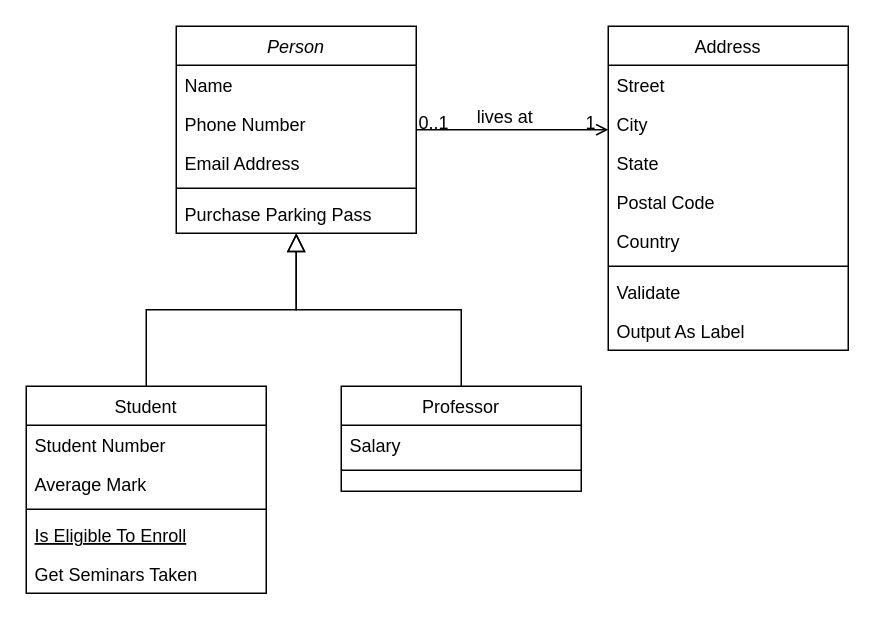
Earlier version of the draw.io diagram new.drawio (jeulufis/draw.io). Source tidied: cells renumbered, new cells numbered last; positions are measured from the earlier drawing's top-left corner, leaving out a move shared by most shapes. Both pictures are drawn from the tidied source at 150%, with x=0, y=0 at pixel (26, 26).
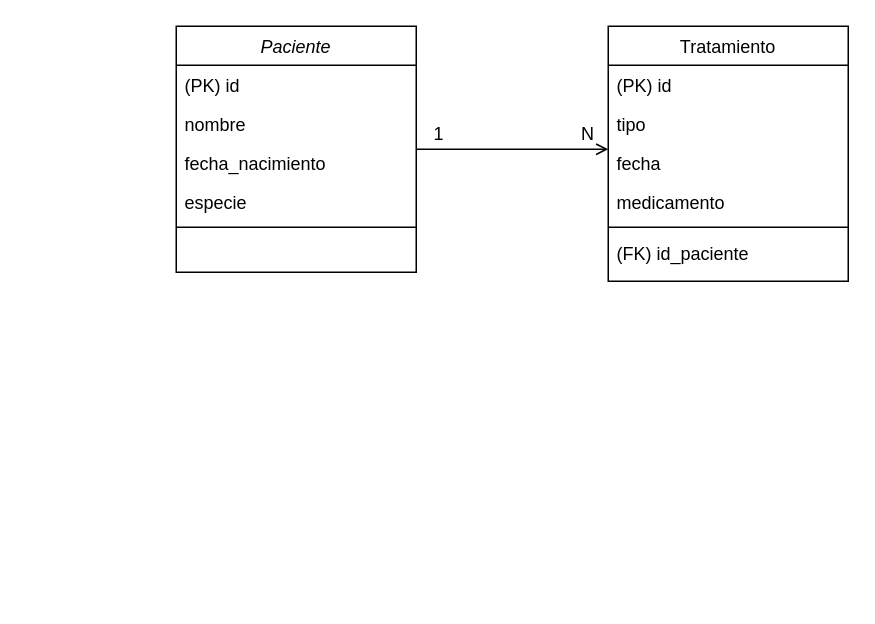
After the change.

The change refers to these unchanged cells:
```xml
<mxCell id="28" style="endArrow=open;shadow=0;strokeWidth=1;rounded=0;curved=0;endFill=1;edgeStyle=elbowEdgeStyle;elbow=vertical;" parent="1" edge="1" source="2" target="19">
  <mxGeometry x="0.5" y="41" relative="1" as="geometry">
    <mxPoint x="-40" y="32" as="offset" />
  </mxGeometry>
</mxCell>
```

What changed in the source:
```diff
@@
-    <mxCell id="2" value="Person" style="swimlane;fontStyle=2;align=center;verticalAlign=top;horizontal=1;startSize=26;rounded=0;shadow=0;strokeWidth=1;" parent="1" vertex="1">
-      <mxGeometry x="100" width="160" height="138" as="geometry" />
+    <mxCell id="2" value="Paciente" style="swimlane;fontStyle=2;align=center;verticalAlign=top;horizontal=1;startSize=26;rounded=0;shadow=0;strokeWidth=1;" parent="1" vertex="1">
+      <mxGeometry x="100" width="160" height="164" as="geometry" />
     </mxCell>
-    <mxCell id="3" value="Name" style="text;align=left;verticalAlign=top;spacingLeft=4;spacingRight=4;overflow=hidden;" parent="2" vertex="1">
+    <mxCell id="3" value="(PK) id" style="text;align=left;verticalAlign=top;spacingLeft=4;spacingRight=4;overflow=hidden;" parent="2" vertex="1">
       <mxGeometry y="26" width="160" height="26" as="geometry" />
     </mxCell>
-    <mxCell id="4" value="Phone Number" style="text;align=left;verticalAlign=top;spacingLeft=4;spacingRight=4;overflow=hidden;rounded=0;shadow=0;html=0;" parent="2" vertex="1">
+    <mxCell id="4" value="nombre" style="text;align=left;verticalAlign=top;spacingLeft=4;spacingRight=4;overflow=hidden;rounded=0;shadow=0;html=0;" parent="2" vertex="1">
       <mxGeometry y="52" width="160" height="26" as="geometry" />
     </mxCell>
-    <mxCell id="5" value="Email Address" style="text;align=left;verticalAlign=top;spacingLeft=4;spacingRight=4;overflow=hidden;rounded=0;shadow=0;html=0;" parent="2" vertex="1">
+    <mxCell id="5" value="fecha_nacimiento" style="text;align=left;verticalAlign=top;spacingLeft=4;spacingRight=4;overflow=hidden;rounded=0;shadow=0;html=0;" parent="2" vertex="1">
       <mxGeometry y="78" width="160" height="26" as="geometry" />
     </mxCell>
+    <mxCell id="32" value="especie" style="text;align=left;verticalAlign=top;spacingLeft=4;spacingRight=4;overflow=hidden;rounded=0;shadow=0;html=0;" parent="2" vertex="1">
+      <mxGeometry y="104" width="160" height="26" as="geometry" />
+    </mxCell>
     <mxCell id="6" style="line;html=1;strokeWidth=1;align=left;verticalAlign=middle;spacingTop=-1;spacingLeft=3;spacingRight=3;labelPosition=right;" parent="2" vertex="1">
-      <mxGeometry y="104" width="160" height="8" as="geometry" />
+      <mxGeometry y="130" width="160" height="8" as="geometry" />
     </mxCell>
-    <mxCell id="7" value="Purchase Parking Pass" style="text;align=left;verticalAlign=top;spacingLeft=4;spacingRight=4;overflow=hidden;" parent="2" vertex="1">
-      <mxGeometry y="112" width="160" height="26" as="geometry" />
-    </mxCell>
-    <mxCell id="8" value="Student" style="swimlane;fontStyle=0;align=center;verticalAlign=top;horizontal=1;startSize=26;rounded=0;shadow=0;strokeWidth=1;" parent="1" vertex="1">
-      <mxGeometry y="240" width="160" height="138" as="geometry" />
-    </mxCell>
-    <mxCell id="9" value="Student Number" style="text;align=left;verticalAlign=top;spacingLeft=4;spacingRight=4;overflow=hidden;" parent="8" vertex="1">
-      <mxGeometry y="26" width="160" height="26" as="geometry" />
-    </mxCell>
-    <mxCell id="10" value="Average Mark" style="text;align=left;verticalAlign=top;spacingLeft=4;spacingRight=4;overflow=hidden;rounded=0;shadow=0;html=0;" parent="8" vertex="1">
-      <mxGeometry y="52" width="160" height="26" as="geometry" />
-    </mxCell>
-    <mxCell id="11" style="line;html=1;strokeWidth=1;align=left;verticalAlign=middle;spacingTop=-1;spacingLeft=3;spacingRight=3;labelPosition=right;" parent="8" vertex="1">
-      <mxGeometry y="78" width="160" height="8" as="geometry" />
-    </mxCell>
-    <mxCell id="12" value="Is Eligible To Enroll" style="text;align=left;verticalAlign=top;spacingLeft=4;spacingRight=4;overflow=hidden;fontStyle=4;" parent="8" vertex="1">
-      <mxGeometry y="86" width="160" height="26" as="geometry" />
-    </mxCell>
-    <mxCell id="13" value="Get Seminars Taken" style="text;align=left;verticalAlign=top;spacingLeft=4;spacingRight=4;overflow=hidden;" parent="8" vertex="1">
-      <mxGeometry y="112" width="160" height="26" as="geometry" />
-    </mxCell>
-    <mxCell id="14" style="endArrow=block;endSize=10;endFill=0;shadow=0;strokeWidth=1;rounded=0;curved=0;edgeStyle=elbowEdgeStyle;elbow=vertical;" parent="1" edge="1" source="8" target="2">
-      <mxGeometry relative="1" as="geometry" />
-    </mxCell>
-    <mxCell id="15" value="Professor" style="swimlane;fontStyle=0;align=center;verticalAlign=top;horizontal=1;startSize=26;rounded=0;shadow=0;strokeWidth=1;" parent="1" vertex="1">
-      <mxGeometry x="210" y="240" width="160" height="70" as="geometry" />
-    </mxCell>
-    <mxCell id="16" value="Salary" style="text;align=left;verticalAlign=top;spacingLeft=4;spacingRight=4;overflow=hidden;" parent="15" vertex="1">
-      <mxGeometry y="26" width="160" height="26" as="geometry" />
-    </mxCell>
-    <mxCell id="17" style="line;html=1;strokeWidth=1;align=left;verticalAlign=middle;spacingTop=-1;spacingLeft=3;spacingRight=3;labelPosition=right;" parent="15" vertex="1">
-      <mxGeometry y="52" width="160" height="8" as="geometry" />
-    </mxCell>
-    <mxCell id="18" style="endArrow=block;endSize=10;endFill=0;shadow=0;strokeWidth=1;rounded=0;curved=0;edgeStyle=elbowEdgeStyle;elbow=vertical;" parent="1" edge="1" source="15" target="2">
-      <mxGeometry relative="1" as="geometry" />
-    </mxCell>
-    <mxCell id="19" value="Address" style="swimlane;fontStyle=0;align=center;verticalAlign=top;horizontal=1;startSize=26;rounded=0;shadow=0;strokeWidth=1;" parent="1" vertex="1">
-      <mxGeometry x="388" width="160" height="216" as="geometry" />
+    <mxCell id="19" value="Tratamiento" style="swimlane;fontStyle=0;align=center;verticalAlign=top;horizontal=1;startSize=26;rounded=0;shadow=0;strokeWidth=1;" parent="1" vertex="1">
+      <mxGeometry x="388" width="160" height="170" as="geometry" />
     </mxCell>
-    <mxCell id="20" value="Street" style="text;align=left;verticalAlign=top;spacingLeft=4;spacingRight=4;overflow=hidden;" parent="19" vertex="1">
+    <mxCell id="20" value="(PK) id" style="text;align=left;verticalAlign=top;spacingLeft=4;spacingRight=4;overflow=hidden;" parent="19" vertex="1">
       <mxGeometry y="26" width="160" height="26" as="geometry" />
     </mxCell>
-    <mxCell id="21" value="City" style="text;align=left;verticalAlign=top;spacingLeft=4;spacingRight=4;overflow=hidden;rounded=0;shadow=0;html=0;" parent="19" vertex="1">
+    <mxCell id="21" value="tipo" style="text;align=left;verticalAlign=top;spacingLeft=4;spacingRight=4;overflow=hidden;rounded=0;shadow=0;html=0;" parent="19" vertex="1">
       <mxGeometry y="52" width="160" height="26" as="geometry" />
     </mxCell>
-    <mxCell id="22" value="State" style="text;align=left;verticalAlign=top;spacingLeft=4;spacingRight=4;overflow=hidden;rounded=0;shadow=0;html=0;" parent="19" vertex="1">
+    <mxCell id="22" value="fecha" style="text;align=left;verticalAlign=top;spacingLeft=4;spacingRight=4;overflow=hidden;rounded=0;shadow=0;html=0;" parent="19" vertex="1">
       <mxGeometry y="78" width="160" height="26" as="geometry" />
     </mxCell>
-    <mxCell id="23" value="Postal Code" style="text;align=left;verticalAlign=top;spacingLeft=4;spacingRight=4;overflow=hidden;rounded=0;shadow=0;html=0;" parent="19" vertex="1">
+    <mxCell id="23" value="medicamento" style="text;align=left;verticalAlign=top;spacingLeft=4;spacingRight=4;overflow=hidden;rounded=0;shadow=0;html=0;" parent="19" vertex="1">
       <mxGeometry y="104" width="160" height="26" as="geometry" />
     </mxCell>
-    <mxCell id="24" value="Country" style="text;align=left;verticalAlign=top;spacingLeft=4;spacingRight=4;overflow=hidden;rounded=0;shadow=0;html=0;" parent="19" vertex="1">
-      <mxGeometry y="130" width="160" height="26" as="geometry" />
-    </mxCell>
     <mxCell id="25" style="line;html=1;strokeWidth=1;align=left;verticalAlign=middle;spacingTop=-1;spacingLeft=3;spacingRight=3;labelPosition=right;" parent="19" vertex="1">
-      <mxGeometry y="156" width="160" height="8" as="geometry" />
+      <mxGeometry y="130" width="160" height="8" as="geometry" />
     </mxCell>
-    <mxCell id="26" value="Validate" style="text;align=left;verticalAlign=top;spacingLeft=4;spacingRight=4;overflow=hidden;" parent="19" vertex="1">
-      <mxGeometry y="164" width="160" height="26" as="geometry" />
-    </mxCell>
-    <mxCell id="27" value="Output As Label" style="text;align=left;verticalAlign=top;spacingLeft=4;spacingRight=4;overflow=hidden;" parent="19" vertex="1">
-      <mxGeometry y="190" width="160" height="26" as="geometry" />
+    <mxCell id="27" value="(FK) id_paciente" style="text;align=left;verticalAlign=top;spacingLeft=4;spacingRight=4;overflow=hidden;" parent="19" vertex="1">
+      <mxGeometry y="138" width="160" height="26" as="geometry" />
     </mxCell>
@@
-    <mxCell id="29" value="0..1" style="align=left;verticalAlign=bottom;labelBackgroundColor=none;fontSize=12;" parent="28" vertex="1">
+    <mxCell id="29" value="1" style="align=left;verticalAlign=bottom;labelBackgroundColor=none;fontSize=12;" parent="28" vertex="1">
       <mxGeometry x="-1" relative="1" as="geometry">
-        <mxPoint y="4" as="offset" />
+        <mxPoint x="10" y="-2" as="offset" />
       </mxGeometry>
     </mxCell>
-    <mxCell id="30" value="1" style="align=right;verticalAlign=bottom;labelBackgroundColor=none;fontSize=12;" parent="28" vertex="1">
+    <mxCell id="30" value="N" style="align=right;verticalAlign=bottom;labelBackgroundColor=none;fontSize=12;" parent="28" vertex="1">
       <mxGeometry x="1" relative="1" as="geometry">
-        <mxPoint x="-7" y="4" as="offset" />
+        <mxPoint x="-8" y="-2" as="offset" />
       </mxGeometry>
     </mxCell>
-    <mxCell id="31" value="lives at" style="text;html=1;align=center;verticalAlign=middle;labelBackgroundColor=none;rounded=0;shadow=0;strokeWidth=1;fontSize=12;" parent="28" vertex="1">
-      <mxGeometry x="0.5" y="49" relative="1" as="geometry">
-        <mxPoint x="-38" y="40" as="offset" />
-      </mxGeometry>
-    </mxCell>
```
